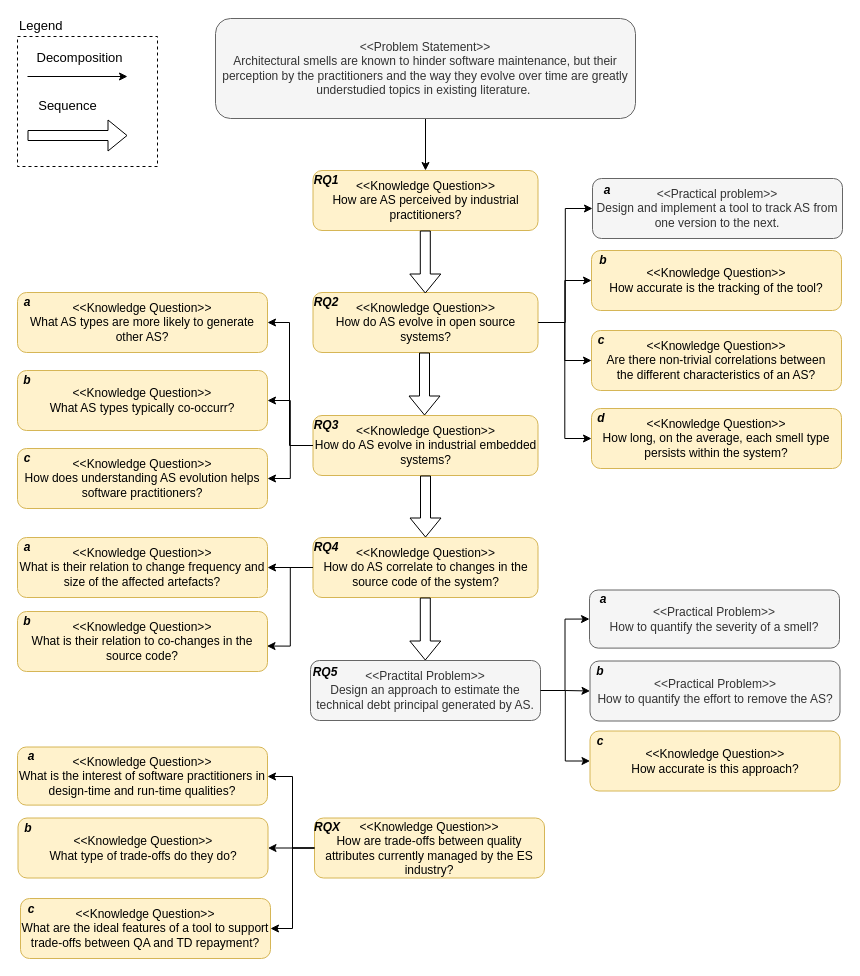
Above: Figures/c1/design-science.drawio in darius-sas/phd-dissertation (draw.io), before the change. Source tidied: cells renumbered, new cells numbered last; positions are measured from the earlier drawing's top-left corner, leaving out a move shared by most shapes. Both pictures are drawn from the tidied source at 100%, with x=0, y=0 at pixel (17, 18).
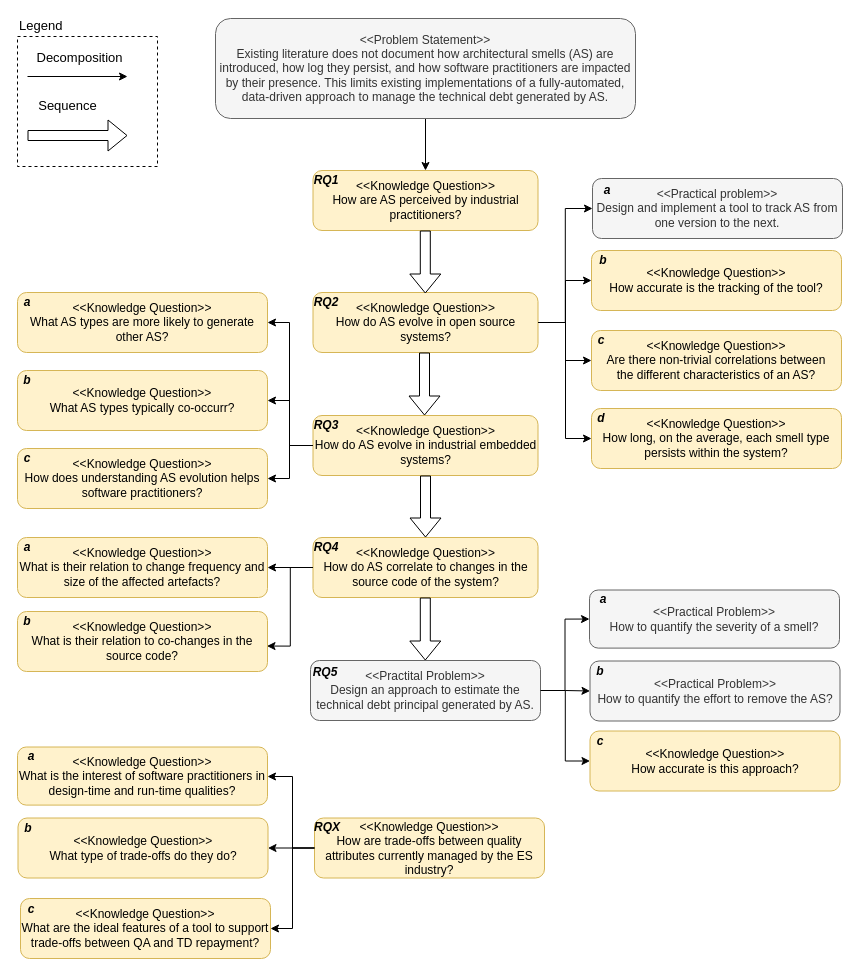
The same diagram, later.

Commit message (it also covers changes not shown here):
Finalised problem statement section

The change refers to these unchanged cells:
```xml
<mxCell id="4" value="&lt;div&gt;&amp;lt;&amp;lt;Knowledge Question&amp;gt;&amp;gt;&lt;/div&gt;&lt;div&gt;&lt;div&gt;How  accurate is  the  tracking of the tool&lt;span&gt;?&lt;/span&gt;&lt;/div&gt;&lt;/div&gt;" style="rounded=1;whiteSpace=wrap;html=1;fillColor=#fff2cc;strokeColor=#d6b656;" parent="1" vertex="1">
  <mxGeometry x="574" y="232" width="250" height="60" as="geometry" />
</mxCell>
<mxCell id="18" value="&amp;lt;&amp;lt;Knowledge Question&amp;gt;&amp;gt;&lt;br&gt;How do AS evolve in open source systems?" style="rounded=1;whiteSpace=wrap;html=1;fillColor=#fff2cc;strokeColor=#d6b656;" parent="17" vertex="1">
  <mxGeometry width="225" height="60" as="geometry" />
</mxCell>
<mxCell id="26" value="&amp;lt;&amp;lt;Knowledge Question&amp;gt;&amp;gt;&lt;br&gt;How do AS evolve in industrial embedded systems?" style="rounded=1;whiteSpace=wrap;html=1;fillColor=#fff2cc;strokeColor=#d6b656;" parent="25" vertex="1">
  <mxGeometry width="225" height="60" as="geometry" />
</mxCell>
<mxCell id="30" value="&amp;lt;&amp;lt;Knowledge Question&amp;gt;&amp;gt;&lt;br&gt;&lt;div&gt;Are there non-trivial correlations between&lt;/div&gt;&lt;div&gt;the different characteristics of an AS?&lt;/div&gt;" style="rounded=1;whiteSpace=wrap;html=1;fillColor=#fff2cc;strokeColor=#d6b656;" parent="29" vertex="1">
  <mxGeometry width="250" height="60" as="geometry" />
</mxCell>
<mxCell id="37" value="&amp;lt;&amp;lt;Knowledge Question&amp;gt;&amp;gt;&lt;br&gt;&lt;div&gt;How long, on the average, each smell type persists within the system?&lt;/div&gt;" style="rounded=1;whiteSpace=wrap;html=1;fillColor=#fff2cc;strokeColor=#d6b656;" parent="36" vertex="1">
  <mxGeometry width="250" height="60" as="geometry" />
</mxCell>
<mxCell id="40" value="&amp;lt;&amp;lt;Knowledge Question&amp;gt;&amp;gt;&lt;br&gt;What AS types typically co-occurr?" style="rounded=1;whiteSpace=wrap;html=1;fillColor=#fff2cc;strokeColor=#d6b656;" parent="39" vertex="1">
  <mxGeometry width="250" height="60" as="geometry" />
</mxCell>
<mxCell id="89" value="&amp;lt;&amp;lt;Knowledge Question&amp;gt;&amp;gt;&lt;br&gt;How does understanding AS evolution helps software practitioners?" style="rounded=1;whiteSpace=wrap;html=1;fillColor=#fff2cc;strokeColor=#d6b656;" parent="88" vertex="1">
  <mxGeometry width="250" height="60" as="geometry" />
</mxCell>
```

The edit, as a diff of the source:
```diff
@@
-    <mxCell id="3" value="&lt;div&gt;&amp;lt;&amp;lt;Problem Statement&amp;gt;&amp;gt;&lt;/div&gt;&lt;div&gt;Architectural smells are known to hinder software maintenance, but their perception by&lt;span&gt;&amp;nbsp;the practitioners and the way they evolve over time are greatly understudied topics in existing literature.&amp;nbsp;&lt;/span&gt;&lt;/div&gt;" style="rounded=1;whiteSpace=wrap;html=1;fillColor=#f5f5f5;strokeColor=#666666;fontColor=#333333;" parent="1" vertex="1">
+    <mxCell id="3" value="&lt;div&gt;&amp;lt;&amp;lt;Problem Statement&amp;gt;&amp;gt;&lt;/div&gt;&lt;div&gt;Existing literature does not document how architectural smells (AS) are introduced, how log they persist, and how software practitioners are impacted by their presence. This limits existing implementations of a fully-automated, data-driven approach to manage the technical debt generated by AS.&lt;/div&gt;" style="rounded=1;whiteSpace=wrap;html=1;fillColor=#f5f5f5;strokeColor=#666666;fontColor=#333333;" parent="1" vertex="1">
       <mxGeometry x="198" width="420" height="100" as="geometry" />
     </mxCell>
@@
     <mxCell id="42" style="edgeStyle=orthogonalEdgeStyle;rounded=0;jettySize=auto;html=1;entryX=1;entryY=0.5;entryDx=0;entryDy=0;" parent="1" edge="1" source="26" target="40">
-      <mxGeometry relative="1" as="geometry" />
+      <mxGeometry relative="1" as="geometry">
+        <Array as="points">
+          <mxPoint x="272" y="427" />
+          <mxPoint x="272" y="382" />
+        </Array>
+      </mxGeometry>
     </mxCell>
@@
     <mxCell id="67" style="edgeStyle=orthogonalEdgeStyle;rounded=0;jettySize=auto;html=1;entryX=0;entryY=0.5;entryDx=0;entryDy=0;" parent="1" edge="1" source="18" target="4">
-      <mxGeometry relative="1" as="geometry" />
+      <mxGeometry relative="1" as="geometry">
+        <Array as="points">
+          <mxPoint x="548" y="304" />
+          <mxPoint x="548" y="262" />
+        </Array>
+      </mxGeometry>
     </mxCell>
     <mxCell id="68" style="edgeStyle=orthogonalEdgeStyle;rounded=0;jettySize=auto;html=1;entryX=0;entryY=0.5;entryDx=0;entryDy=0;" parent="1" edge="1" source="18" target="30">
-      <mxGeometry relative="1" as="geometry" />
+      <mxGeometry relative="1" as="geometry">
+        <Array as="points">
+          <mxPoint x="548" y="304" />
+          <mxPoint x="548" y="342" />
+        </Array>
+      </mxGeometry>
     </mxCell>
     <mxCell id="69" style="edgeStyle=orthogonalEdgeStyle;rounded=0;jettySize=auto;html=1;entryX=0;entryY=0.5;entryDx=0;entryDy=0;" parent="1" edge="1" source="18" target="37">
-      <mxGeometry relative="1" as="geometry" />
+      <mxGeometry relative="1" as="geometry">
+        <Array as="points">
+          <mxPoint x="548" y="304" />
+          <mxPoint x="548" y="420" />
+        </Array>
+      </mxGeometry>
     </mxCell>
@@
     <mxCell id="91" style="edgeStyle=orthogonalEdgeStyle;rounded=0;jettySize=auto;html=1;entryX=1;entryY=0.5;entryDx=0;entryDy=0;" parent="1" edge="1" source="26" target="89">
-      <mxGeometry relative="1" as="geometry" />
+      <mxGeometry relative="1" as="geometry">
+        <Array as="points">
+          <mxPoint x="272" y="427" />
+          <mxPoint x="272" y="460" />
+        </Array>
+      </mxGeometry>
     </mxCell>
```
